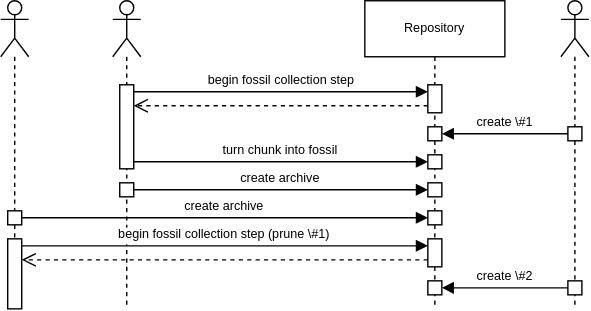
Earlier version of the draw.io export paper/figures/nonatomic_access.drawio.svg (Deric-W/vinculum). Source tidied: cells renumbered, new cells last; positions are measured from the earlier drawing's top-left corner, leaving out a move shared by most shapes.
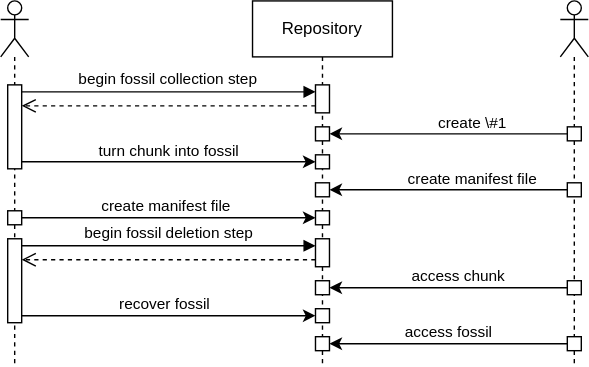
Later version of the same file.

The edit, as a diff of the source:
```diff
@@ -2,83 +2,128 @@
   <root>
     <mxCell id="0" />
     <mxCell id="1" parent="0" />
+    <mxCell id="28" style="shape=umlLifeline;perimeter=lifelinePerimeter;whiteSpace=wrap;newEdgeStyle={&quot;curved&quot;:0,&quot;rounded&quot;:0};participant=umlActor;" parent="1" vertex="1">
+      <mxGeometry x="80" width="20" height="260" as="geometry" />
+    </mxCell>
+    <mxCell id="29" style="points=[[0,0,0,0,5],[0,1,0,0,-5],[1,0,0,0,5],[1,1,0,0,-5]];perimeter=orthogonalPerimeter;outlineConnect=0;targetShapes=umlLifeline;portConstraint=eastwest;newEdgeStyle={&quot;curved&quot;:0,&quot;rounded&quot;:0};" parent="28" vertex="1">
+      <mxGeometry x="5" y="60" width="10" height="60" as="geometry" />
+    </mxCell>
+    <mxCell id="30" style="html=1;points=[[0,0,0,0,5],[0,1,0,0,-5],[1,0,0,0,5],[1,1,0,0,-5]];perimeter=orthogonalPerimeter;outlineConnect=0;targetShapes=umlLifeline;portConstraint=eastwest;newEdgeStyle={&quot;curved&quot;:0,&quot;rounded&quot;:0};" parent="28" vertex="1">
+      <mxGeometry x="5" y="150" width="10" height="10" as="geometry" />
+    </mxCell>
+    <mxCell id="31" style="html=1;points=[[0,0,0,0,5],[0,1,0,0,-5],[1,0,0,0,5],[1,1,0,0,-5]];perimeter=orthogonalPerimeter;outlineConnect=0;targetShapes=umlLifeline;portConstraint=eastwest;newEdgeStyle={&quot;curved&quot;:0,&quot;rounded&quot;:0};" parent="28" vertex="1">
+      <mxGeometry x="5" y="170" width="10" height="60" as="geometry" />
+    </mxCell>
-    <mxCell id="2" value="Repository" style="shape=umlLifeline;perimeter=lifelinePerimeter;whiteSpace=wrap;newEdgeStyle={&quot;curved&quot;:0,&quot;rounded&quot;:0};fontSize=9;" parent="1" vertex="1">
-      <mxGeometry x="260" width="100" height="220" as="geometry" />
+    <mxCell id="2" value="Repository" style="shape=umlLifeline;perimeter=lifelinePerimeter;whiteSpace=wrap;newEdgeStyle={&quot;curved&quot;:0,&quot;rounded&quot;:0};" parent="1" vertex="1">
+      <mxGeometry x="260" width="100" height="260" as="geometry" />
     </mxCell>
-    <mxCell id="3" style="points=[[0,0,0,0,5],[0,1,0,0,-5],[1,0,0,0,5],[1,1,0,0,-5]];perimeter=orthogonalPerimeter;outlineConnect=0;targetShapes=umlLifeline;portConstraint=eastwest;newEdgeStyle={&quot;curved&quot;:0,&quot;rounded&quot;:0};fontSize=9;" parent="2" vertex="1">
-      <mxGeometry x="45" y="60" width="10" height="20" as="geometry" />
-    </mxCell>
-    <mxCell id="4" style="points=[[0,0,0,0,5],[0,1,0,0,-5],[1,0,0,0,5],[1,1,0,0,-5]];perimeter=orthogonalPerimeter;outlineConnect=0;targetShapes=umlLifeline;portConstraint=eastwest;newEdgeStyle={&quot;curved&quot;:0,&quot;rounded&quot;:0};fontSize=9;" parent="2" vertex="1">
-      <mxGeometry x="45" y="90" width="10" height="10" as="geometry" />
-    </mxCell>
-    <mxCell id="5" style="points=[[0,0,0,0,5],[0,1,0,0,-5],[1,0,0,0,5],[1,1,0,0,-5]];perimeter=orthogonalPerimeter;outlineConnect=0;targetShapes=umlLifeline;portConstraint=eastwest;newEdgeStyle={&quot;curved&quot;:0,&quot;rounded&quot;:0};fontSize=9;" parent="2" vertex="1">
-      <mxGeometry x="45" y="110" width="10" height="10" as="geometry" />
-    </mxCell>
-    <mxCell id="6" style="points=[[0,0,0,0,5],[0,1,0,0,-5],[1,0,0,0,5],[1,1,0,0,-5]];perimeter=orthogonalPerimeter;outlineConnect=0;targetShapes=umlLifeline;portConstraint=eastwest;newEdgeStyle={&quot;curved&quot;:0,&quot;rounded&quot;:0};fontSize=9;" parent="2" vertex="1">
-      <mxGeometry x="45" y="130" width="10" height="10" as="geometry" />
-    </mxCell>
-    <mxCell id="7" style="points=[[0,0,0,0,5],[0,1,0,0,-5],[1,0,0,0,5],[1,1,0,0,-5]];perimeter=orthogonalPerimeter;outlineConnect=0;targetShapes=umlLifeline;portConstraint=eastwest;newEdgeStyle={&quot;curved&quot;:0,&quot;rounded&quot;:0};fontSize=9;" parent="2" vertex="1">
-      <mxGeometry x="45" y="150" width="10" height="10" as="geometry" />
-    </mxCell>
-    <mxCell id="8" style="points=[[0,0,0,0,5],[0,1,0,0,-5],[1,0,0,0,5],[1,1,0,0,-5]];perimeter=orthogonalPerimeter;outlineConnect=0;targetShapes=umlLifeline;portConstraint=eastwest;newEdgeStyle={&quot;curved&quot;:0,&quot;rounded&quot;:0};fontSize=9;" parent="2" vertex="1">
-      <mxGeometry x="45" y="170" width="10" height="20" as="geometry" />
-    </mxCell>
-    <mxCell id="9" style="points=[[0,0,0,0,5],[0,1,0,0,-5],[1,0,0,0,5],[1,1,0,0,-5]];perimeter=orthogonalPerimeter;outlineConnect=0;targetShapes=umlLifeline;portConstraint=eastwest;newEdgeStyle={&quot;curved&quot;:0,&quot;rounded&quot;:0};fontSize=9;" parent="2" vertex="1">
-      <mxGeometry x="45" y="200" width="10" height="10" as="geometry" />
-    </mxCell>
-    <mxCell id="10" style="shape=umlLifeline;perimeter=lifelinePerimeter;whiteSpace=wrap;newEdgeStyle={&quot;curved&quot;:0,&quot;rounded&quot;:0};participant=umlActor;fontSize=9;" parent="1" vertex="1">
-      <mxGeometry x="80" width="20" height="220" as="geometry" />
-    </mxCell>
-    <mxCell id="11" style="points=[[0,0,0,0,5],[0,1,0,0,-5],[1,0,0,0,5],[1,1,0,0,-5]];perimeter=orthogonalPerimeter;outlineConnect=0;targetShapes=umlLifeline;portConstraint=eastwest;newEdgeStyle={&quot;curved&quot;:0,&quot;rounded&quot;:0};fontSize=9;" parent="10" vertex="1">
-      <mxGeometry x="5" y="60" width="10" height="60" as="geometry" />
-    </mxCell>
-    <mxCell id="12" style="points=[[0,0,0,0,5],[0,1,0,0,-5],[1,0,0,0,5],[1,1,0,0,-5]];perimeter=orthogonalPerimeter;outlineConnect=0;targetShapes=umlLifeline;portConstraint=eastwest;newEdgeStyle={&quot;curved&quot;:0,&quot;rounded&quot;:0};fontSize=9;" parent="10" vertex="1">
-      <mxGeometry x="5" y="130" width="10" height="10" as="geometry" />
-    </mxCell>
-    <mxCell id="13" style="shape=umlLifeline;perimeter=lifelinePerimeter;whiteSpace=wrap;newEdgeStyle={&quot;curved&quot;:0,&quot;rounded&quot;:0};participant=umlActor;fontSize=9;" parent="1" vertex="1">
-      <mxGeometry x="400" width="20" height="220" as="geometry" />
-    </mxCell>
-    <mxCell id="14" style="points=[[0,0,0,0,5],[0,1,0,0,-5],[1,0,0,0,5],[1,1,0,0,-5]];perimeter=orthogonalPerimeter;outlineConnect=0;targetShapes=umlLifeline;portConstraint=eastwest;newEdgeStyle={&quot;curved&quot;:0,&quot;rounded&quot;:0};fontSize=9;" parent="13" vertex="1">
-      <mxGeometry x="5" y="90" width="10" height="10" as="geometry" />
-    </mxCell>
-    <mxCell id="15" style="points=[[0,0,0,0,5],[0,1,0,0,-5],[1,0,0,0,5],[1,1,0,0,-5]];perimeter=orthogonalPerimeter;outlineConnect=0;targetShapes=umlLifeline;portConstraint=eastwest;newEdgeStyle={&quot;curved&quot;:0,&quot;rounded&quot;:0};fontSize=9;" parent="13" vertex="1">
-      <mxGeometry x="5" y="200" width="10" height="10" as="geometry" />
-    </mxCell>
-    <mxCell id="16" style="shape=umlLifeline;perimeter=lifelinePerimeter;whiteSpace=wrap;newEdgeStyle={&quot;curved&quot;:0,&quot;rounded&quot;:0};participant=umlActor;fontSize=9;" parent="1" vertex="1">
-      <mxGeometry width="20" height="220" as="geometry" />
-    </mxCell>
-    <mxCell id="17" style="points=[[0,0,0,0,5],[0,1,0,0,-5],[1,0,0,0,5],[1,1,0,0,-5]];perimeter=orthogonalPerimeter;outlineConnect=0;targetShapes=umlLifeline;portConstraint=eastwest;newEdgeStyle={&quot;curved&quot;:0,&quot;rounded&quot;:0};fontSize=9;" parent="16" vertex="1">
-      <mxGeometry x="5" y="150" width="10" height="10" as="geometry" />
-    </mxCell>
-    <mxCell id="18" style="points=[[0,0,0,0,5],[0,1,0,0,-5],[1,0,0,0,5],[1,1,0,0,-5]];perimeter=orthogonalPerimeter;outlineConnect=0;targetShapes=umlLifeline;portConstraint=eastwest;newEdgeStyle={&quot;curved&quot;:0,&quot;rounded&quot;:0};fontSize=9;" parent="16" vertex="1">
-      <mxGeometry x="5" y="170" width="10" height="50" as="geometry" />
-    </mxCell>
+    <mxCell id="32" style="points=[[0,0,0,0,5],[0,1,0,0,-5],[1,0,0,0,5],[1,1,0,0,-5]];perimeter=orthogonalPerimeter;outlineConnect=0;targetShapes=umlLifeline;portConstraint=eastwest;newEdgeStyle={&quot;curved&quot;:0,&quot;rounded&quot;:0};" parent="2" vertex="1">
+      <mxGeometry x="45" y="60" width="10" height="20" as="geometry" />
+    </mxCell>
+    <mxCell id="33" style="html=1;points=[[0,0,0,0,5],[0,1,0,0,-5],[1,0,0,0,5],[1,1,0,0,-5]];perimeter=orthogonalPerimeter;outlineConnect=0;targetShapes=umlLifeline;portConstraint=eastwest;newEdgeStyle={&quot;curved&quot;:0,&quot;rounded&quot;:0};" parent="2" vertex="1">
+      <mxGeometry x="45" y="90" width="10" height="10" as="geometry" />
+    </mxCell>
+    <mxCell id="34" style="html=1;points=[[0,0,0,0,5],[0,1,0,0,-5],[1,0,0,0,5],[1,1,0,0,-5]];perimeter=orthogonalPerimeter;outlineConnect=0;targetShapes=umlLifeline;portConstraint=eastwest;newEdgeStyle={&quot;curved&quot;:0,&quot;rounded&quot;:0};" parent="2" vertex="1">
+      <mxGeometry x="45" y="110" width="10" height="10" as="geometry" />
+    </mxCell>
+    <mxCell id="35" style="html=1;points=[[0,0,0,0,5],[0,1,0,0,-5],[1,0,0,0,5],[1,1,0,0,-5]];perimeter=orthogonalPerimeter;outlineConnect=0;targetShapes=umlLifeline;portConstraint=eastwest;newEdgeStyle={&quot;curved&quot;:0,&quot;rounded&quot;:0};" parent="2" vertex="1">
+      <mxGeometry x="45" y="130" width="10" height="10" as="geometry" />
+    </mxCell>
+    <mxCell id="36" style="html=1;points=[[0,0,0,0,5],[0,1,0,0,-5],[1,0,0,0,5],[1,1,0,0,-5]];perimeter=orthogonalPerimeter;outlineConnect=0;targetShapes=umlLifeline;portConstraint=eastwest;newEdgeStyle={&quot;curved&quot;:0,&quot;rounded&quot;:0};" parent="2" vertex="1">
+      <mxGeometry x="45" y="150" width="10" height="10" as="geometry" />
+    </mxCell>
+    <mxCell id="37" style="html=1;points=[[0,0,0,0,5],[0,1,0,0,-5],[1,0,0,0,5],[1,1,0,0,-5]];perimeter=orthogonalPerimeter;outlineConnect=0;targetShapes=umlLifeline;portConstraint=eastwest;newEdgeStyle={&quot;curved&quot;:0,&quot;rounded&quot;:0};" parent="2" vertex="1">
+      <mxGeometry x="45" y="170" width="10" height="20" as="geometry" />
+    </mxCell>
+    <mxCell id="38" style="html=1;points=[[0,0,0,0,5],[0,1,0,0,-5],[1,0,0,0,5],[1,1,0,0,-5]];perimeter=orthogonalPerimeter;outlineConnect=0;targetShapes=umlLifeline;portConstraint=eastwest;newEdgeStyle={&quot;curved&quot;:0,&quot;rounded&quot;:0};" parent="2" vertex="1">
+      <mxGeometry x="45" y="220" width="10" height="10" as="geometry" />
+    </mxCell>
+    <mxCell id="39" style="html=1;points=[[0,0,0,0,5],[0,1,0,0,-5],[1,0,0,0,5],[1,1,0,0,-5]];perimeter=orthogonalPerimeter;outlineConnect=0;targetShapes=umlLifeline;portConstraint=eastwest;newEdgeStyle={&quot;curved&quot;:0,&quot;rounded&quot;:0};" parent="2" vertex="1">
+      <mxGeometry x="45" y="240" width="10" height="10" as="geometry" />
+    </mxCell>
+    <mxCell id="40" style="html=1;points=[[0,0,0,0,5],[0,1,0,0,-5],[1,0,0,0,5],[1,1,0,0,-5]];perimeter=orthogonalPerimeter;outlineConnect=0;targetShapes=umlLifeline;portConstraint=eastwest;newEdgeStyle={&quot;curved&quot;:0,&quot;rounded&quot;:0};" parent="2" vertex="1">
+      <mxGeometry x="45" y="200" width="10" height="10" as="geometry" />
+    </mxCell>
-    <mxCell id="19" value="begin fossil collection step" style="verticalAlign=bottom;endArrow=block;curved=0;rounded=0;entryX=0;entryY=0;entryDx=0;entryDy=5;exitX=1;exitY=0;exitDx=0;exitDy=5;exitPerimeter=0;fontSize=9;" parent="1" edge="1" source="11" target="3">
+    <mxCell id="19" value="begin fossil collection step" style="verticalAlign=bottom;endArrow=block;curved=0;rounded=0;entryX=0;entryY=0;entryDx=0;entryDy=5;exitX=1;exitY=0;exitDx=0;exitDy=5;exitPerimeter=0;align=center;" parent="1" edge="1" source="29" target="32">
       <mxGeometry relative="1" as="geometry" />
     </mxCell>
-    <mxCell id="20" style="verticalAlign=bottom;endArrow=open;dashed=1;endSize=8;curved=0;rounded=0;exitX=0;exitY=1;exitDx=0;exitDy=-5;fontSize=9;" parent="1" edge="1" source="3" target="11">
-      <mxGeometry relative="1" as="geometry" />
-    </mxCell>
+    <mxCell id="41" style="verticalAlign=bottom;endArrow=open;dashed=1;endSize=8;curved=0;rounded=0;exitX=0;exitY=1;exitDx=0;exitDy=-5;" parent="1" edge="1" source="32" target="29">
+      <mxGeometry relative="1" as="geometry" />
+    </mxCell>
+    <mxCell id="42" style="shape=umlLifeline;perimeter=lifelinePerimeter;whiteSpace=wrap;newEdgeStyle={&quot;curved&quot;:0,&quot;rounded&quot;:0};participant=umlActor;" parent="1" vertex="1">
+      <mxGeometry x="480" width="20" height="260" as="geometry" />
+    </mxCell>
+    <mxCell id="43" style="html=1;points=[[0,0,0,0,5],[0,1,0,0,-5],[1,0,0,0,5],[1,1,0,0,-5]];perimeter=orthogonalPerimeter;outlineConnect=0;targetShapes=umlLifeline;portConstraint=eastwest;newEdgeStyle={&quot;curved&quot;:0,&quot;rounded&quot;:0};" parent="42" vertex="1">
+      <mxGeometry x="5" y="90" width="10" height="10" as="geometry" />
+    </mxCell>
+    <mxCell id="44" style="html=1;points=[[0,0,0,0,5],[0,1,0,0,-5],[1,0,0,0,5],[1,1,0,0,-5]];perimeter=orthogonalPerimeter;outlineConnect=0;targetShapes=umlLifeline;portConstraint=eastwest;newEdgeStyle={&quot;curved&quot;:0,&quot;rounded&quot;:0};" parent="42" vertex="1">
+      <mxGeometry x="5" y="130" width="10" height="10" as="geometry" />
+    </mxCell>
+    <mxCell id="45" style="html=1;points=[[0,0,0,0,5],[0,1,0,0,-5],[1,0,0,0,5],[1,1,0,0,-5]];perimeter=orthogonalPerimeter;outlineConnect=0;targetShapes=umlLifeline;portConstraint=eastwest;newEdgeStyle={&quot;curved&quot;:0,&quot;rounded&quot;:0};" parent="42" vertex="1">
+      <mxGeometry x="5" y="200" width="10" height="10" as="geometry" />
+    </mxCell>
+    <mxCell id="46" style="html=1;points=[[0,0,0,0,5],[0,1,0,0,-5],[1,0,0,0,5],[1,1,0,0,-5]];perimeter=orthogonalPerimeter;outlineConnect=0;targetShapes=umlLifeline;portConstraint=eastwest;newEdgeStyle={&quot;curved&quot;:0,&quot;rounded&quot;:0};" parent="42" vertex="1">
+      <mxGeometry x="5" y="240" width="10" height="10" as="geometry" />
+    </mxCell>
+    <mxCell id="47" style="endArrow=classic;html=1;rounded=0;entryX=0;entryY=0;entryDx=0;entryDy=5;entryPerimeter=0;verticalAlign=top;" parent="1" edge="1" source="29" target="34">
+      <mxGeometry relative="1" as="geometry" />
+    </mxCell>
+    <mxCell id="22" value="turn chunk into fossil" style="edgeLabel;html=1;align=center;verticalAlign=bottom;" parent="47" vertex="1">
+      <mxGeometry relative="1" as="geometry" />
+    </mxCell>
+    <mxCell id="48" style="endArrow=classic;html=1;rounded=0;exitX=0;exitY=0;exitDx=0;exitDy=5;exitPerimeter=0;entryX=1;entryY=0;entryDx=0;entryDy=5;entryPerimeter=0;" parent="1" edge="1" source="43" target="33">
+      <mxGeometry relative="1" as="geometry" />
+    </mxCell>
-    <mxCell id="21" value="create \#1" style="verticalAlign=bottom;endArrow=block;curved=0;rounded=0;fontSize=9;" parent="1" edge="1" source="14" target="4">
-      <mxGeometry relative="1" as="geometry" />
+    <mxCell id="21" value="create \#1" style="edgeLabel;html=1;align=center;verticalAlign=bottom;" parent="48" vertex="1">
+      <mxGeometry x="-0.32" y="-1" relative="1" as="geometry">
+        <mxPoint x="-11" y="1" as="offset" />
+      </mxGeometry>
     </mxCell>
-    <mxCell id="22" value="turn chunk into fossil" style="verticalAlign=bottom;endArrow=block;curved=0;rounded=0;exitX=1;exitY=1;exitDx=0;exitDy=-5;exitPerimeter=0;fontSize=9;" parent="1" edge="1" source="11" target="5">
-      <mxGeometry relative="1" as="geometry" />
-    </mxCell>
-    <mxCell id="23" value="create \#2" style="verticalAlign=bottom;endArrow=block;curved=0;rounded=0;exitX=0;exitY=0;exitDx=0;exitDy=5;exitPerimeter=0;entryX=1;entryY=0;entryDx=0;entryDy=5;entryPerimeter=0;fontSize=9;" parent="1" edge="1" source="15" target="9">
-      <mxGeometry relative="1" as="geometry" />
-    </mxCell>
-    <mxCell id="24" value="create archive" style="verticalAlign=bottom;endArrow=block;curved=0;rounded=0;exitX=1;exitY=0;exitDx=0;exitDy=5;exitPerimeter=0;entryX=0;entryY=0;entryDx=0;entryDy=5;entryPerimeter=0;fontSize=9;" parent="1" edge="1" source="12" target="6">
-      <mxGeometry relative="1" as="geometry" />
-    </mxCell>
-    <mxCell id="25" value="begin fossil collection step (prune \#1)" style="verticalAlign=bottom;endArrow=block;curved=0;rounded=0;entryX=0;entryY=0;entryDx=0;entryDy=5;fontSize=9;" parent="1" edge="1" source="18" target="8">
-      <mxGeometry relative="1" as="geometry" />
-    </mxCell>
-    <mxCell id="26" style="verticalAlign=bottom;endArrow=open;dashed=1;endSize=8;curved=0;rounded=0;exitX=0;exitY=1;exitDx=0;exitDy=-5;fontSize=9;" parent="1" edge="1" source="8" target="18">
-      <mxGeometry relative="1" as="geometry" />
-    </mxCell>
-    <mxCell id="27" value="create archive" style="verticalAlign=bottom;endArrow=block;curved=0;rounded=0;exitX=1;exitY=0;exitDx=0;exitDy=5;exitPerimeter=0;entryX=0;entryY=0;entryDx=0;entryDy=5;entryPerimeter=0;fontSize=9;" parent="1" edge="1" source="17" target="7">
-      <mxGeometry relative="1" as="geometry" />
-    </mxCell>
+    <mxCell id="49" style="endArrow=classic;html=1;rounded=0;exitX=0;exitY=0;exitDx=0;exitDy=5;exitPerimeter=0;entryX=1;entryY=0;entryDx=0;entryDy=5;entryPerimeter=0;" parent="1" edge="1" source="45" target="40">
+      <mxGeometry relative="1" as="geometry" />
+    </mxCell>
+    <mxCell id="50" value="access chunk" style="edgeLabel;html=1;align=center;verticalAlign=bottom;" parent="49" vertex="1">
+      <mxGeometry x="-0.32" y="-1" relative="1" as="geometry">
+        <mxPoint x="-21" y="1" as="offset" />
+      </mxGeometry>
+    </mxCell>
+    <mxCell id="51" style="endArrow=classic;html=1;rounded=0;exitX=0;exitY=0;exitDx=0;exitDy=5;exitPerimeter=0;entryX=1;entryY=0;entryDx=0;entryDy=5;entryPerimeter=0;" parent="1" edge="1" source="44" target="35">
+      <mxGeometry relative="1" as="geometry" />
+    </mxCell>
+    <mxCell id="52" value="create manifest file" style="edgeLabel;html=1;align=center;verticalAlign=bottom;" parent="51" vertex="1">
+      <mxGeometry x="-0.32" y="-1" relative="1" as="geometry">
+        <mxPoint x="-11" y="1" as="offset" />
+      </mxGeometry>
+    </mxCell>
+    <mxCell id="53" style="endArrow=classic;html=1;rounded=0;exitX=1;exitY=0;exitDx=0;exitDy=5;exitPerimeter=0;entryX=0;entryY=0;entryDx=0;entryDy=5;entryPerimeter=0;" parent="1" edge="1" source="30" target="36">
+      <mxGeometry relative="1" as="geometry" />
+    </mxCell>
+    <mxCell id="54" value="create manifest file" style="edgeLabel;html=1;align=center;verticalAlign=bottom;" parent="53" vertex="1">
+      <mxGeometry x="-0.14" y="2" relative="1" as="geometry">
+        <mxPoint x="12" y="2" as="offset" />
+      </mxGeometry>
+    </mxCell>
+    <mxCell id="55" value="begin fossil deletion step" style="html=1;verticalAlign=bottom;endArrow=block;curved=0;rounded=0;entryX=0;entryY=0;entryDx=0;entryDy=5;exitX=1;exitY=0;exitDx=0;exitDy=5;exitPerimeter=0;" parent="1" edge="1" source="31" target="37">
+      <mxGeometry relative="1" as="geometry" />
+    </mxCell>
+    <mxCell id="56" style="html=1;verticalAlign=bottom;endArrow=open;dashed=1;endSize=8;curved=0;rounded=0;exitX=0;exitY=1;exitDx=0;exitDy=-5;" parent="1" edge="1" source="37" target="31">
+      <mxGeometry relative="1" as="geometry" />
+    </mxCell>
+    <mxCell id="57" style="endArrow=classic;html=1;rounded=0;exitX=1;exitY=1;exitDx=0;exitDy=-5;exitPerimeter=0;entryX=0;entryY=0;entryDx=0;entryDy=5;entryPerimeter=0;" parent="1" edge="1" source="31" target="38">
+      <mxGeometry relative="1" as="geometry" />
+    </mxCell>
+    <mxCell id="58" value="recover fossil" style="edgeLabel;html=1;align=center;verticalAlign=bottom;" parent="57" vertex="1">
+      <mxGeometry x="-0.03" y="2" relative="1" as="geometry">
+        <mxPoint y="2" as="offset" />
+      </mxGeometry>
+    </mxCell>
+    <mxCell id="59" style="endArrow=classic;html=1;rounded=0;exitX=0;exitY=0;exitDx=0;exitDy=5;exitPerimeter=0;entryX=1;entryY=0;entryDx=0;entryDy=5;entryPerimeter=0;" parent="1" edge="1" source="46" target="39">
+      <mxGeometry relative="1" as="geometry" />
+    </mxCell>
+    <mxCell id="60" value="access fossil" style="edgeLabel;html=1;align=center;verticalAlign=bottom;" parent="59" vertex="1">
+      <mxGeometry x="0.05" y="-2" relative="1" as="geometry">
+        <mxPoint x="4" y="2" as="offset" />
+      </mxGeometry>
+    </mxCell>
   </root>
 </mxGraphModel>
```
